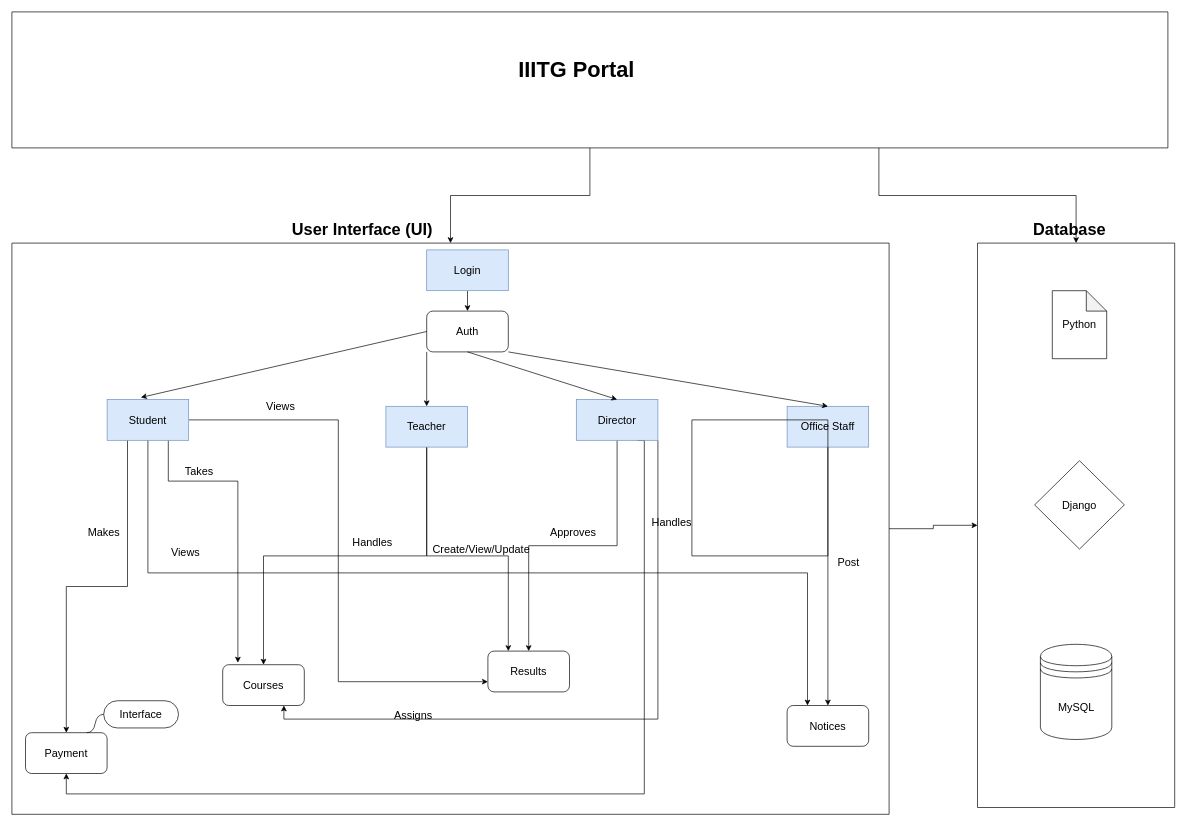
Before: Untitled Diagram.drawio in nityanandmathur/IIITG-Portal, a draw.io diagram. Source tidied: cells renumbered, new cells numbered last; positions are measured from the earlier drawing's top-left corner, leaving out a move shared by most shapes. Both pictures are drawn from the tidied source at 68%, with x=0, y=0 at pixel (12, 12).
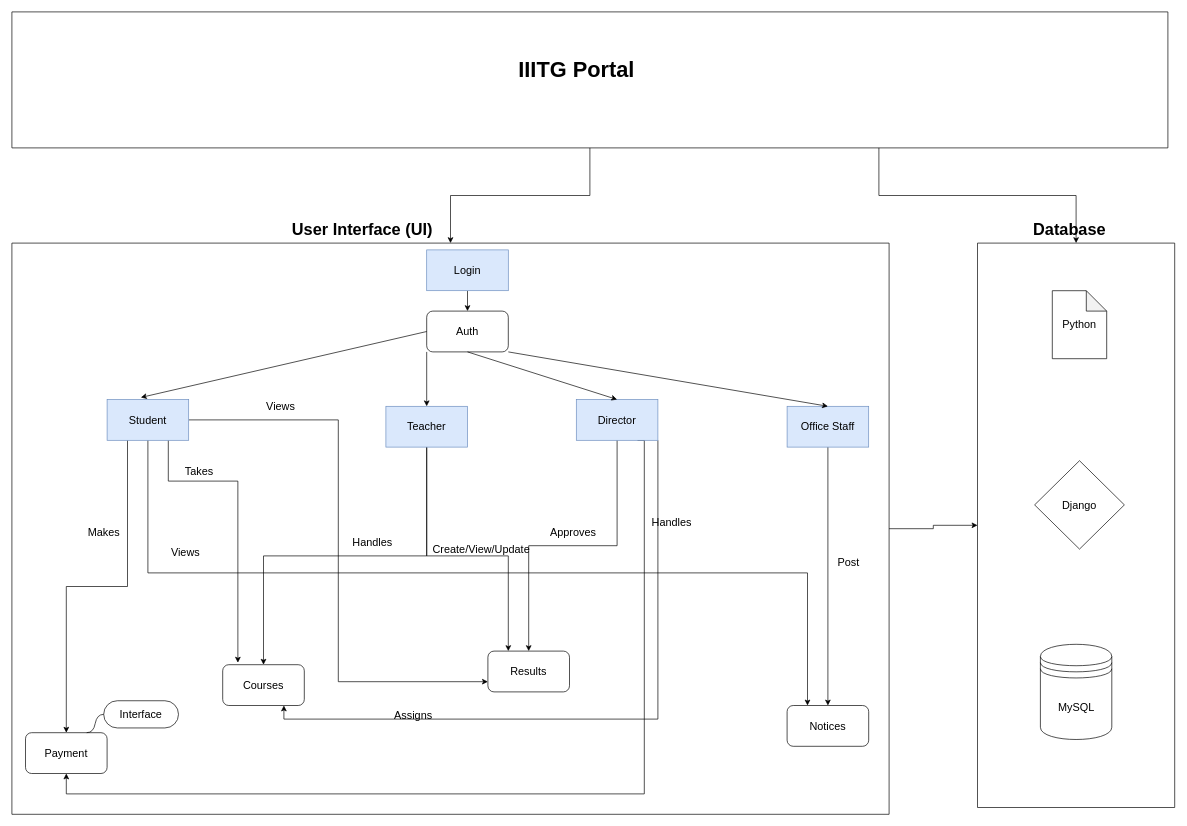
The same diagram, later.

Change to the diagram source:
```diff
@@
-    <mxCell id="41" style="swimlane;startSize=0;fontSize=16;" parent="1" vertex="1">
-      <mxGeometry x="1000" y="600" width="200" height="200" as="geometry" />
-    </mxCell>
```
